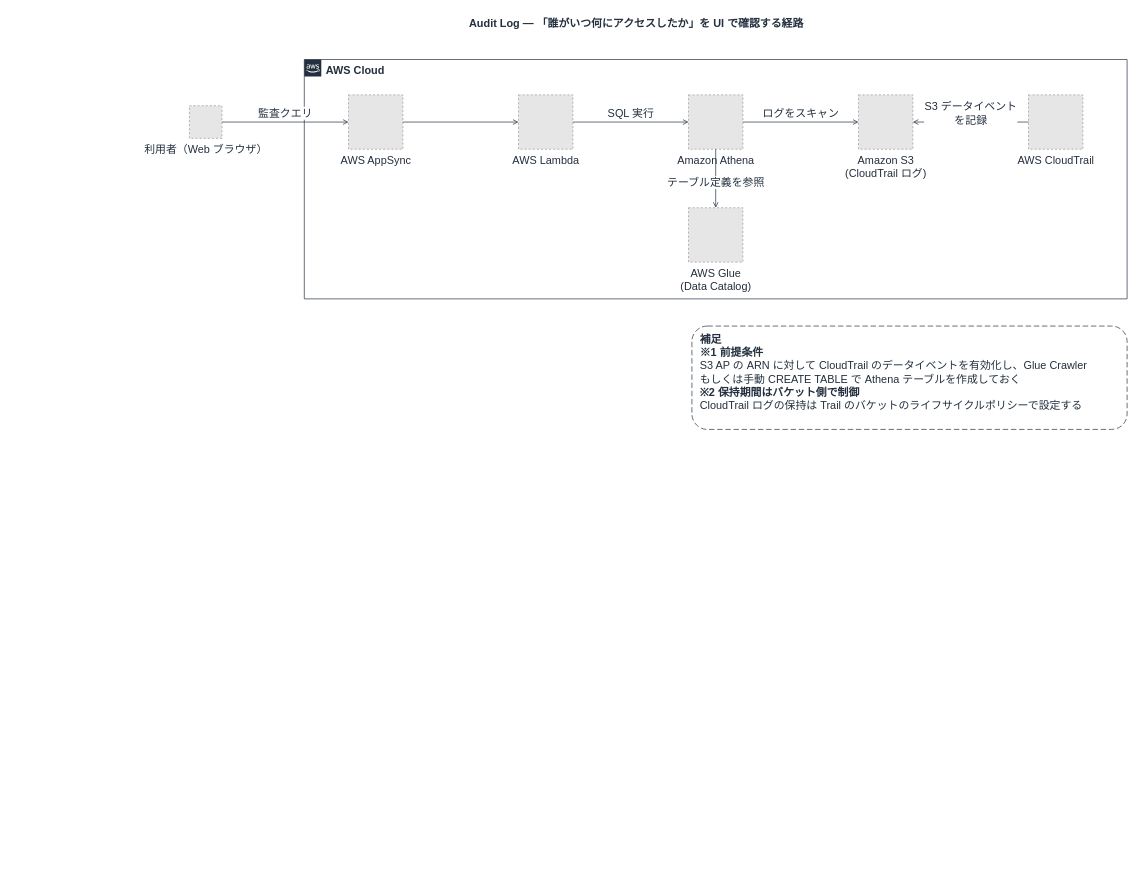
Before: docs/diagrams/part2-audit-log-pipeline.drawio in Yoshiki0705/FSx-for-ONTAP-S3AccessPoints-Serverless-Patterns, a draw.io diagram. Source tidied: cells renumbered, new cells numbered last; positions are measured from the earlier drawing's top-left corner, leaving out a move shared by most shapes. Both pictures are drawn from the tidied source at 68%, with x=0, y=0 at pixel (144, 12). Pictures stored in the file or linked from it are replaced by grey dashed boxes.
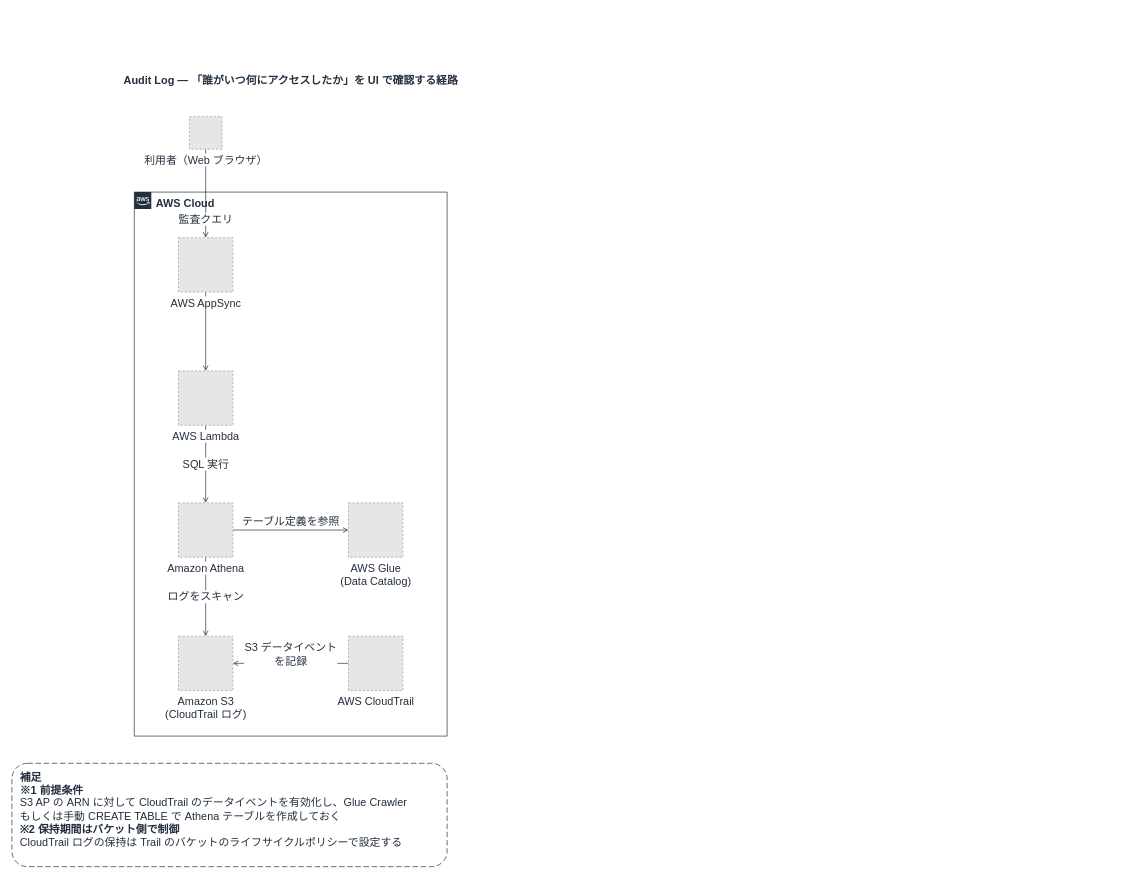
After the change.

Change to the diagram source:
```diff
@@
     <mxCell id="2" value="Audit Log — 「誰がいつ何にアクセスしたか」を UI で確認する経路" style="text;html=1;align=center;verticalAlign=middle;fontSize=16;fontStyle=1;fontColor=#232F3E;" parent="1" vertex="1">
-      <mxGeometry width="1445" height="34" as="geometry" />
+      <mxGeometry x="-15" y="84" width="460" height="34" as="geometry" />
     </mxCell>
     <mxCell id="3" value="AWS Cloud" style="gradientColor=none;html=1;whiteSpace=wrap;fontSize=16;fontStyle=1;shape=mxgraph.aws4.group;grIcon=mxgraph.aws4.group_aws_cloud_alt;strokeColor=#232F3E;fillColor=none;verticalAlign=top;align=left;spacingLeft=30;fontColor=#232F3E;dashed=0;" parent="1" vertex="1">
-      <mxGeometry x="235" y="70" width="1210" height="352" as="geometry" />
+      <mxGeometry x="-15" y="265" width="460" height="800" as="geometry" />
     </mxCell>
+    <mxCell id="11" value="監査クエリ" style="edgeStyle=orthogonalEdgeStyle;rounded=0;jettySize=auto;html=1;endArrow=open;endFill=0;strokeColor=#232F3E;strokeWidth=1;fontSize=16;fontColor=#232F3E;labelBackgroundColor=#ffffff;" parent="1" edge="1" source="4" target="5">
+      <mxGeometry relative="1" as="geometry">
+        <mxPoint y="38" as="offset" />
+      </mxGeometry>
+    </mxCell>
+    <mxCell id="12" style="edgeStyle=orthogonalEdgeStyle;rounded=0;jettySize=auto;html=1;endArrow=open;endFill=0;strokeColor=#232F3E;strokeWidth=1;fontSize=16;fontColor=#232F3E;labelBackgroundColor=#ffffff;" parent="1" edge="1" source="5" target="6">
+      <mxGeometry relative="1" as="geometry" />
+    </mxCell>
+    <mxCell id="13" value="SQL 実行" style="edgeStyle=orthogonalEdgeStyle;rounded=0;jettySize=auto;html=1;endArrow=open;endFill=0;strokeColor=#232F3E;strokeWidth=1;fontSize=16;fontColor=#232F3E;labelBackgroundColor=#ffffff;" parent="1" edge="1" source="6" target="7">
+      <mxGeometry relative="1" as="geometry" />
+    </mxCell>
+    <mxCell id="14" value="テーブル定義を参照" style="edgeStyle=orthogonalEdgeStyle;rounded=0;jettySize=auto;html=1;endArrow=open;endFill=0;strokeColor=#232F3E;strokeWidth=1;fontSize=16;fontColor=#232F3E;labelBackgroundColor=#ffffff;" parent="1" edge="1" source="7" target="8">
+      <mxGeometry relative="1" as="geometry">
+        <mxPoint y="-13" as="offset" />
+      </mxGeometry>
+    </mxCell>
+    <mxCell id="15" value="ログをスキャン" style="edgeStyle=orthogonalEdgeStyle;rounded=0;jettySize=auto;html=1;endArrow=open;endFill=0;strokeColor=#232F3E;strokeWidth=1;fontSize=16;fontColor=#232F3E;labelBackgroundColor=#ffffff;" parent="1" edge="1" source="7" target="9">
+      <mxGeometry relative="1" as="geometry" />
+    </mxCell>
+    <mxCell id="16" value="S3 データイベント&lt;br&gt;を記録" style="edgeStyle=orthogonalEdgeStyle;rounded=0;jettySize=auto;html=1;endArrow=open;endFill=0;strokeColor=#232F3E;strokeWidth=1;fontSize=16;fontColor=#232F3E;labelBackgroundColor=#ffffff;" parent="1" edge="1" source="10" target="9">
+      <mxGeometry relative="1" as="geometry">
+        <mxPoint y="-13" as="offset" />
+      </mxGeometry>
+    </mxCell>
-    <mxCell id="4" value="利用者（Web ブラウザ）" style="fillColor=#E6E6E6;strokeColor=#999999;dashed=1;html=1;verticalLabelPosition=bottom;verticalAlign=top;labelPosition=center;align=center;fontSize=16;fontColor=#232F3E;" parent="1" vertex="1">
-      <mxGeometry x="66" y="138" width="48" height="48" as="geometry" />
+    <mxCell id="4" value="利用者（Web ブラウザ）" style="fillColor=#E6E6E6;strokeColor=#999999;dashed=1;html=1;verticalLabelPosition=bottom;verticalAlign=top;labelPosition=center;align=center;fontSize=16;fontColor=#232F3E;labelBackgroundColor=#FFFFFF;" parent="1" vertex="1">
+      <mxGeometry x="66" y="154" width="48" height="48" as="geometry" />
     </mxCell>
-    <mxCell id="5" value="AWS AppSync" style="fillColor=#E6E6E6;strokeColor=#999999;dashed=1;html=1;verticalLabelPosition=bottom;verticalAlign=top;labelPosition=center;align=center;fontSize=16;fontColor=#232F3E;" parent="1" vertex="1">
-      <mxGeometry x="300" y="122" width="80" height="80" as="geometry" />
+    <mxCell id="5" value="AWS AppSync" style="fillColor=#E6E6E6;strokeColor=#999999;dashed=1;html=1;verticalLabelPosition=bottom;verticalAlign=top;labelPosition=center;align=center;fontSize=16;fontColor=#232F3E;labelBackgroundColor=#FFFFFF;" parent="1" vertex="1">
+      <mxGeometry x="50" y="332" width="80" height="80" as="geometry" />
     </mxCell>
-    <mxCell id="6" value="AWS Lambda" style="fillColor=#E6E6E6;strokeColor=#999999;dashed=1;html=1;verticalLabelPosition=bottom;verticalAlign=top;labelPosition=center;align=center;fontSize=16;fontColor=#232F3E;" parent="1" vertex="1">
-      <mxGeometry x="550" y="122" width="80" height="80" as="geometry" />
+    <mxCell id="6" value="AWS Lambda" style="fillColor=#E6E6E6;strokeColor=#999999;dashed=1;html=1;verticalLabelPosition=bottom;verticalAlign=top;labelPosition=center;align=center;fontSize=16;fontColor=#232F3E;labelBackgroundColor=#FFFFFF;" parent="1" vertex="1">
+      <mxGeometry x="50" y="528" width="80" height="80" as="geometry" />
     </mxCell>
-    <mxCell id="7" value="Amazon Athena" style="fillColor=#E6E6E6;strokeColor=#999999;dashed=1;html=1;verticalLabelPosition=bottom;verticalAlign=top;labelPosition=center;align=center;fontSize=16;fontColor=#232F3E;" parent="1" vertex="1">
-      <mxGeometry x="800" y="122" width="80" height="80" as="geometry" />
+    <mxCell id="7" value="Amazon Athena" style="fillColor=#E6E6E6;strokeColor=#999999;dashed=1;html=1;verticalLabelPosition=bottom;verticalAlign=top;labelPosition=center;align=center;fontSize=16;fontColor=#232F3E;labelBackgroundColor=#FFFFFF;" parent="1" vertex="1">
+      <mxGeometry x="50" y="722" width="80" height="80" as="geometry" />
     </mxCell>
-    <mxCell id="8" value="AWS Glue&lt;br&gt;(Data Catalog)" style="fillColor=#E6E6E6;strokeColor=#999999;dashed=1;html=1;verticalLabelPosition=bottom;verticalAlign=top;labelPosition=center;align=center;fontSize=16;fontColor=#232F3E;" parent="1" vertex="1">
-      <mxGeometry x="800" y="288" width="80" height="80" as="geometry" />
+    <mxCell id="8" value="AWS Glue&lt;br&gt;(Data Catalog)" style="fillColor=#E6E6E6;strokeColor=#999999;dashed=1;html=1;verticalLabelPosition=bottom;verticalAlign=top;labelPosition=center;align=center;fontSize=16;fontColor=#232F3E;labelBackgroundColor=#FFFFFF;" parent="1" vertex="1">
+      <mxGeometry x="300" y="722" width="80" height="80" as="geometry" />
     </mxCell>
-    <mxCell id="9" value="Amazon S3&lt;br&gt;(CloudTrail ログ)" style="fillColor=#E6E6E6;strokeColor=#999999;dashed=1;html=1;verticalLabelPosition=bottom;verticalAlign=top;labelPosition=center;align=center;fontSize=16;fontColor=#232F3E;" parent="1" vertex="1">
-      <mxGeometry x="1050" y="122" width="80" height="80" as="geometry" />
+    <mxCell id="9" value="Amazon S3&lt;br&gt;(CloudTrail ログ)" style="fillColor=#E6E6E6;strokeColor=#999999;dashed=1;html=1;verticalLabelPosition=bottom;verticalAlign=top;labelPosition=center;align=center;fontSize=16;fontColor=#232F3E;labelBackgroundColor=#FFFFFF;" parent="1" vertex="1">
+      <mxGeometry x="50" y="918" width="80" height="80" as="geometry" />
     </mxCell>
-    <mxCell id="10" value="AWS CloudTrail" style="fillColor=#E6E6E6;strokeColor=#999999;dashed=1;html=1;verticalLabelPosition=bottom;verticalAlign=top;labelPosition=center;align=center;fontSize=16;fontColor=#232F3E;" parent="1" vertex="1">
-      <mxGeometry x="1300" y="122" width="80" height="80" as="geometry" />
+    <mxCell id="10" value="AWS CloudTrail" style="fillColor=#E6E6E6;strokeColor=#999999;dashed=1;html=1;verticalLabelPosition=bottom;verticalAlign=top;labelPosition=center;align=center;fontSize=16;fontColor=#232F3E;labelBackgroundColor=#FFFFFF;" parent="1" vertex="1">
+      <mxGeometry x="300" y="918" width="80" height="80" as="geometry" />
     </mxCell>
-    <mxCell id="11" value="監査クエリ" style="edgeStyle=orthogonalEdgeStyle;rounded=0;jettySize=auto;html=1;endArrow=open;endFill=0;strokeColor=#232F3E;strokeWidth=1;fontSize=16;fontColor=#232F3E;labelBackgroundColor=#ffffff;" parent="1" edge="1" source="4" target="5">
-      <mxGeometry relative="1" as="geometry">
-        <mxPoint y="-13" as="offset" />
-      </mxGeometry>
-    </mxCell>
-    <mxCell id="12" style="edgeStyle=orthogonalEdgeStyle;rounded=0;jettySize=auto;html=1;endArrow=open;endFill=0;strokeColor=#232F3E;strokeWidth=1;fontSize=16;fontColor=#232F3E;labelBackgroundColor=#ffffff;" parent="1" edge="1" source="5" target="6">
-      <mxGeometry relative="1" as="geometry" />
-    </mxCell>
-    <mxCell id="13" value="SQL 実行" style="edgeStyle=orthogonalEdgeStyle;rounded=0;jettySize=auto;html=1;endArrow=open;endFill=0;strokeColor=#232F3E;strokeWidth=1;fontSize=16;fontColor=#232F3E;labelBackgroundColor=#ffffff;" parent="1" edge="1" source="6" target="7">
-      <mxGeometry relative="1" as="geometry">
-        <mxPoint y="-13" as="offset" />
-      </mxGeometry>
-    </mxCell>
-    <mxCell id="14" value="テーブル定義を参照" style="edgeStyle=orthogonalEdgeStyle;rounded=0;jettySize=auto;html=1;endArrow=open;endFill=0;strokeColor=#232F3E;strokeWidth=1;fontSize=16;fontColor=#232F3E;labelBackgroundColor=#ffffff;" parent="1" edge="1" source="7" target="8">
-      <mxGeometry relative="1" as="geometry">
-        <mxPoint y="6" as="offset" />
-      </mxGeometry>
-    </mxCell>
-    <mxCell id="15" value="ログをスキャン" style="edgeStyle=orthogonalEdgeStyle;rounded=0;jettySize=auto;html=1;endArrow=open;endFill=0;strokeColor=#232F3E;strokeWidth=1;fontSize=16;fontColor=#232F3E;labelBackgroundColor=#ffffff;" parent="1" edge="1" source="7" target="9">
-      <mxGeometry relative="1" as="geometry">
-        <mxPoint y="-13" as="offset" />
-      </mxGeometry>
-    </mxCell>
-    <mxCell id="16" value="S3 データイベント&lt;br&gt;を記録" style="edgeStyle=orthogonalEdgeStyle;rounded=0;jettySize=auto;html=1;endArrow=open;endFill=0;strokeColor=#232F3E;strokeWidth=1;fontSize=16;fontColor=#232F3E;labelBackgroundColor=#ffffff;" parent="1" edge="1" source="10" target="9">
-      <mxGeometry relative="1" as="geometry">
-        <mxPoint y="-13" as="offset" />
-      </mxGeometry>
-    </mxCell>
     <mxCell id="17" value="&lt;b&gt;補足&lt;/b&gt;&lt;br&gt;&lt;b&gt;※1 前提条件&lt;/b&gt;&lt;br&gt;S3 AP の ARN に対して CloudTrail のデータイベントを有効化し、Glue Crawler&lt;br&gt;もしくは手動 CREATE TABLE で Athena テーブルを作成しておく&lt;br&gt;&lt;b&gt;※2 保持期間はバケット側で制御&lt;/b&gt;&lt;br&gt;CloudTrail ログの保持は Trail のバケットのライフサイクルポリシーで設定する" style="rounded=1;whiteSpace=wrap;html=1;dashed=1;dashPattern=8 4;strokeColor=#232F3E;fillColor=#FFFFFF;align=left;verticalAlign=top;spacingLeft=10;spacingTop=4;fontSize=16;fontColor=#232F3E;" parent="1" vertex="1">
-      <mxGeometry x="805" y="462" width="640" height="152" as="geometry" />
+      <mxGeometry x="-195" y="1105" width="640" height="152" as="geometry" />
     </mxCell>
```
